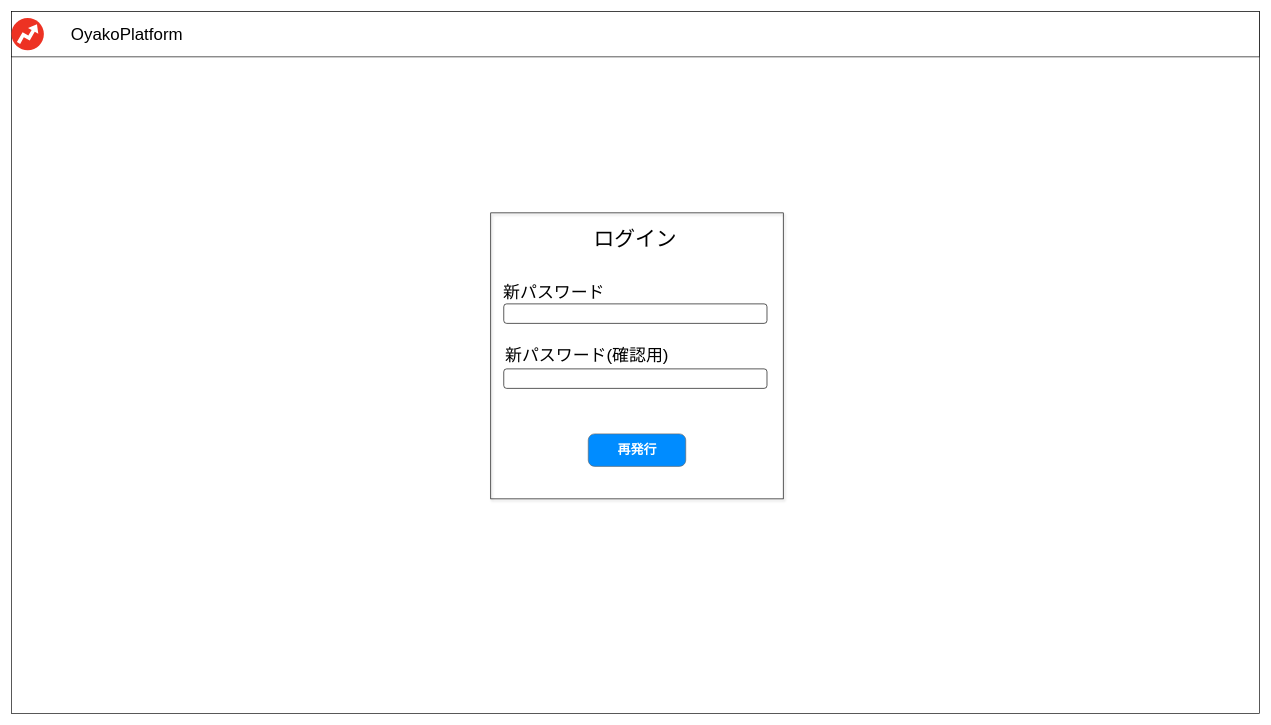
Before: page "パスワード再発行画面" (2 of 4) of doc/画面.drawio in KoMMet/OyakoProject, a draw.io diagram. Source tidied: cells renumbered, new cells numbered last; positions are measured from the earlier drawing's top-left corner, leaving out a move shared by most shapes. Both pictures are drawn from the tidied source at 65%, with x=0, y=0 at pixel (11, 11).
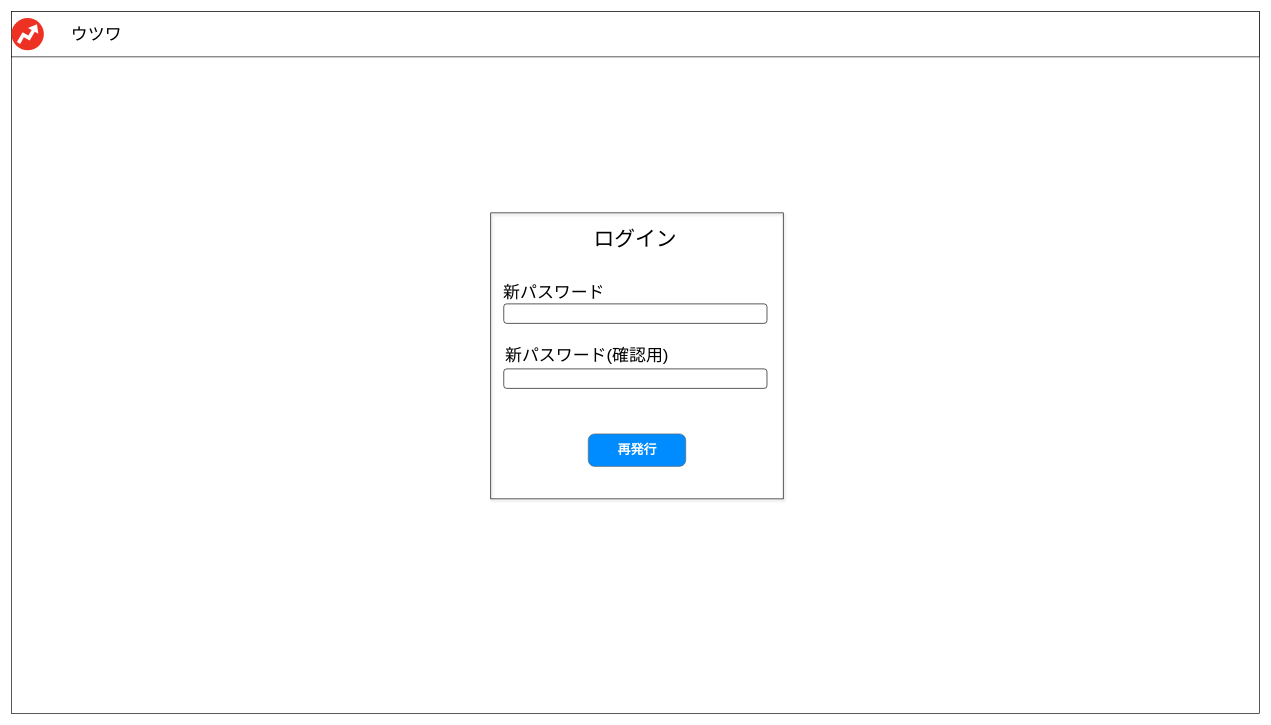
After the change.

Diff of the diagram source:
```diff
@@
 <mxGraphModel>
   <root>
     <mxCell id="0" />
     <mxCell id="1" parent="0" />
     <mxCell id="2" style="rounded=0;whiteSpace=wrap;html=1;" parent="1" vertex="1">
       <mxGeometry width="1920" height="1080" as="geometry" />
     </mxCell>
     <mxCell id="3" style="group;strokeColor=#000000;strokeWidth=1;shadow=1;sketch=0;" parent="1" vertex="1">
       <mxGeometry x="737.5" y="310" width="450" height="440" as="geometry" />
     </mxCell>
     <mxCell id="4" value="ログイン" style="text;html=1;strokeColor=none;fillColor=none;align=center;verticalAlign=middle;whiteSpace=wrap;rounded=0;fontSize=32;" parent="3" vertex="1">
       <mxGeometry x="17.5" width="410" height="80" as="geometry" />
     </mxCell>
     <mxCell id="5" value="&lt;span style=&quot;font-size: 26px&quot;&gt;新パスワード&lt;/span&gt;" style="text;html=1;strokeColor=none;fillColor=none;align=left;verticalAlign=middle;whiteSpace=wrap;rounded=0;fontSize=32;" parent="3" vertex="1">
       <mxGeometry x="17.5" y="100" width="415" height="40" as="geometry" />
     </mxCell>
     <mxCell id="6" value="新パスワード(確認用)" style="text;html=1;strokeColor=none;fillColor=none;align=left;verticalAlign=middle;whiteSpace=wrap;rounded=0;fontSize=26;" parent="3" vertex="1">
       <mxGeometry x="20" y="200" width="280" height="40" as="geometry" />
     </mxCell>
     <mxCell id="7" style="rounded=1;whiteSpace=wrap;html=1;fontSize=26;align=center;" parent="3" vertex="1">
       <mxGeometry x="20" y="140" width="405" height="30" as="geometry" />
     </mxCell>
     <mxCell id="8" style="rounded=1;whiteSpace=wrap;html=1;fontSize=26;align=center;" parent="3" vertex="1">
       <mxGeometry x="20" y="240" width="405" height="30" as="geometry" />
     </mxCell>
     <mxCell id="9" value="&lt;span style=&quot;font-size: 20px&quot;&gt;再発行&lt;/span&gt;" style="strokeWidth=1;shadow=0;dashed=0;align=center;html=1;shape=mxgraph.mockup.buttons.button;strokeColor=#666666;fontColor=#ffffff;mainText=;buttonStyle=round;fontSize=17;fontStyle=1;fillColor=#008cff;whiteSpace=wrap;" parent="3" vertex="1">
       <mxGeometry x="150" y="340" width="150" height="50" as="geometry" />
     </mxCell>
     <mxCell id="10" style="rounded=0;whiteSpace=wrap;html=1;shadow=0;labelBackgroundColor=#ffffff;sketch=0;strokeColor=#000000;strokeWidth=1;fontSize=26;align=center;" parent="1" vertex="1">
       <mxGeometry width="1920" height="70" as="geometry" />
     </mxCell>
     <mxCell id="11" style="dashed=0;html=1;align=center;labelPosition=center;verticalLabelPosition=bottom;verticalAlign=top;shape=mxgraph.weblogos.buzzfeed;fillColor=#ED3223;strokeColor=none;shadow=0;labelBackgroundColor=#ffffff;sketch=0;fontSize=26;" parent="1" vertex="1">
       <mxGeometry y="10" width="50" height="50" as="geometry" />
     </mxCell>
-    <mxCell id="12" value="OyakoPlatform" style="text;html=1;strokeColor=none;fillColor=none;align=left;verticalAlign=middle;whiteSpace=wrap;rounded=0;shadow=0;labelBackgroundColor=#ffffff;sketch=0;fontSize=26;" parent="1" vertex="1">
+    <mxCell id="12" value="ウツワ" style="text;html=1;strokeColor=none;fillColor=none;align=left;verticalAlign=middle;whiteSpace=wrap;rounded=0;shadow=0;labelBackgroundColor=#ffffff;sketch=0;fontSize=26;" parent="1" vertex="1">
       <mxGeometry x="90" y="25" width="150" height="20" as="geometry" />
     </mxCell>
   </root>
 </mxGraphModel>
```
